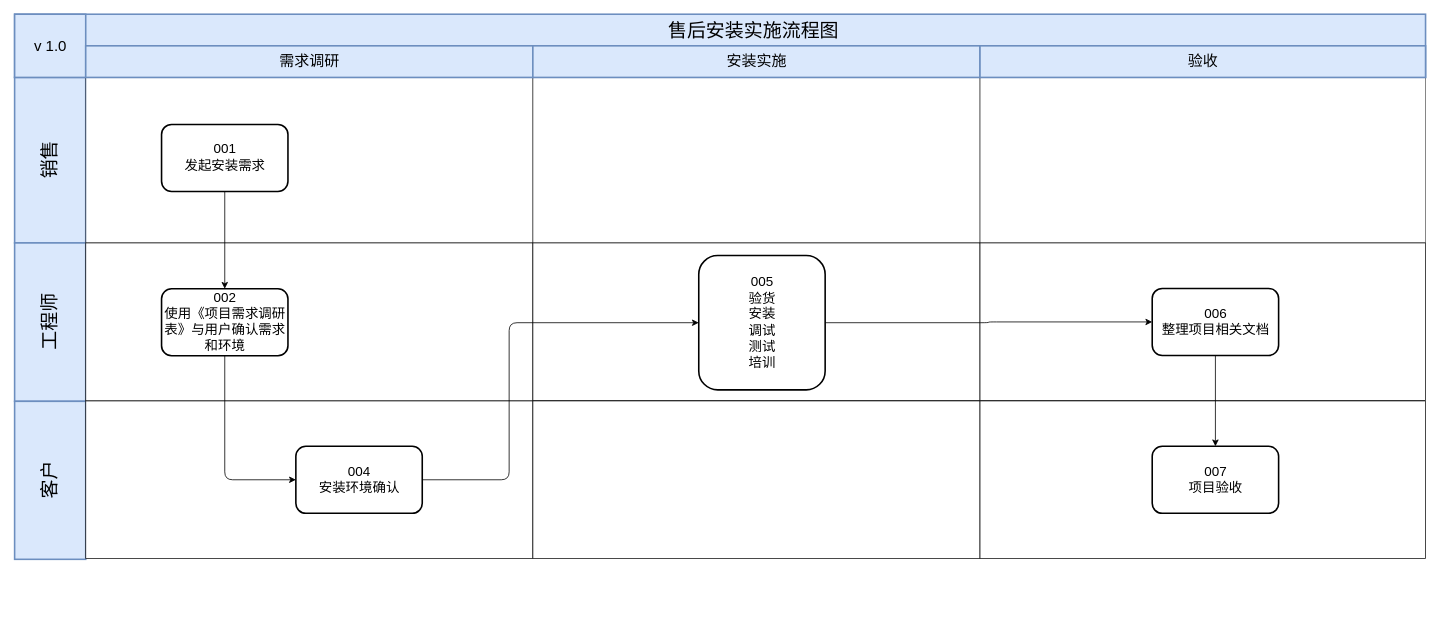
Before: page "case升级流程" (3 of 7) of Untitled Diagram.drawio in ahhfltj/cloud, a draw.io diagram. Source tidied: cells renumbered, new cells numbered last; positions are measured from the earlier drawing's top-left corner, leaving out a move shared by most shapes. Both pictures are drawn from the tidied source at 79%, with x=0, y=0 at pixel (14, 13).
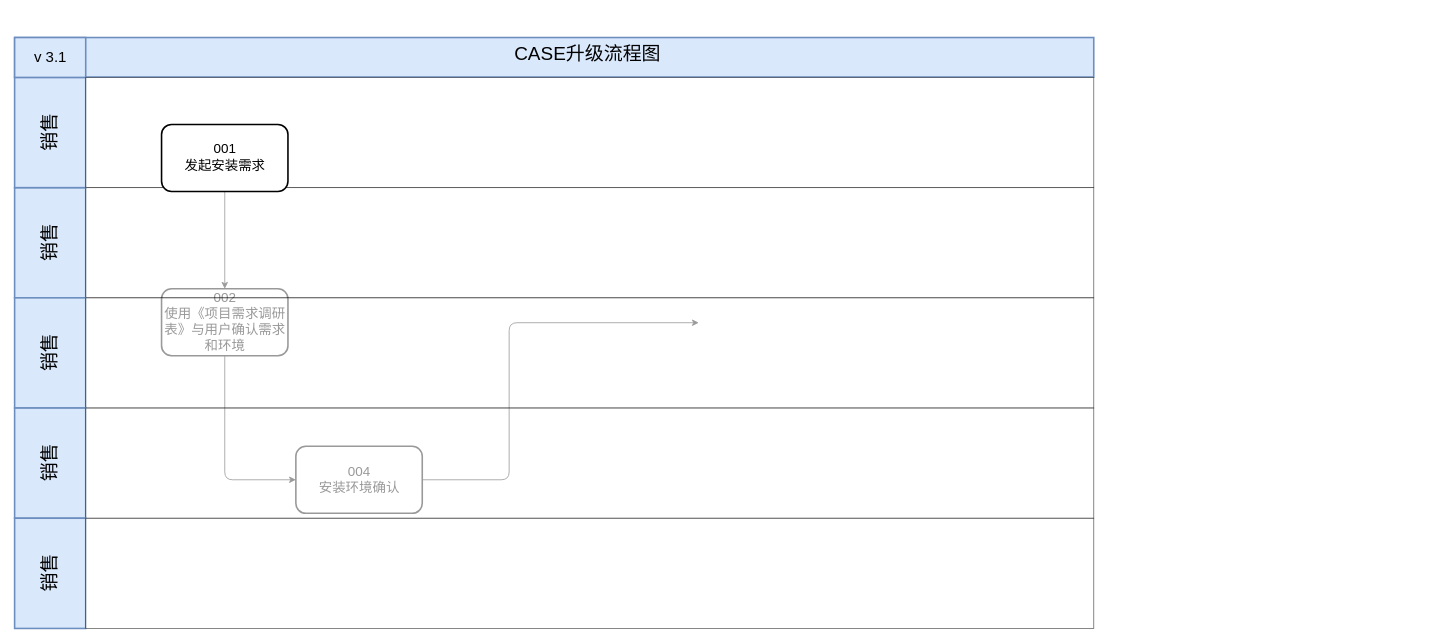
The same diagram, later.

Unchanged cells that the change refers to:
```xml
<mxCell id="17" value="001&lt;br style=&quot;font-size: 17px;&quot;&gt;发起安装需求" style="rounded=1;strokeWidth=2;fontFamily=Helvetica;html=1;fontSize=17;" parent="1" vertex="1">
  <mxGeometry x="186" y="140" width="160" height="84.8" as="geometry" />
</mxCell>
```

What changed in the source:
```diff
@@
+    <mxCell id="16" style="edgeStyle=orthogonalEdgeStyle;curved=0;rounded=1;sketch=0;jettySize=auto;html=1;fontSize=17;strokeWidth=1;" parent="1" edge="1" source="17" target="22">
+      <mxGeometry relative="1" as="geometry" />
+    </mxCell>
+    <mxCell id="22" value="002&lt;br style=&quot;font-size: 17px&quot;&gt;使用《项目需求调研&lt;br&gt;表》与用户确认需求&lt;br&gt;和环境" style="rounded=1;strokeWidth=2;fontFamily=Helvetica;html=1;fontSize=17;" parent="1" vertex="1">
+      <mxGeometry x="186" y="348" width="160" height="84.8" as="geometry" />
+    </mxCell>
+    <mxCell id="23" value="004&lt;br style=&quot;font-size: 17px&quot;&gt;安装环境确认" style="rounded=1;strokeWidth=2;fontFamily=Helvetica;html=1;fontSize=17;" parent="1" vertex="1">
+      <mxGeometry x="356" y="547.4" width="160" height="84.8" as="geometry" />
+    </mxCell>
+    <mxCell id="24" style="edgeStyle=elbowEdgeStyle;elbow=horizontal;strokeWidth=1;fontFamily=Helvetica;html=1;exitX=0.5;exitY=1;exitDx=0;exitDy=0;entryX=0;entryY=0.5;entryDx=0;entryDy=0;" parent="1" edge="1" source="22" target="23">
+      <mxGeometry x="-592.5" y="1240.5" as="geometry">
+        <Array as="points">
+          <mxPoint x="266" y="550" />
+        </Array>
+      </mxGeometry>
+    </mxCell>
+    <mxCell id="27" style="edgeStyle=elbowEdgeStyle;elbow=horizontal;strokeWidth=1;fontFamily=Helvetica;html=1;exitX=1;exitY=0.5;exitDx=0;exitDy=0;entryX=0;entryY=0.5;entryDx=0;entryDy=0;" parent="1" edge="1" source="23">
+      <mxGeometry x="-102.5" y="1060.5" as="geometry">
+        <mxPoint x="866" y="391" as="targetPoint" />
+        <Array as="points">
+          <mxPoint x="626" y="500" />
+        </Array>
+      </mxGeometry>
+    </mxCell>
+    <mxCell id="31" value="销售" style="fontSize=24;strokeWidth=2;horizontal=0;fontFamily=Helvetica;html=1;fontStyle=0;fillColor=#dae8fc;strokeColor=#6c8ebf;" parent="1" vertex="1">
+      <mxGeometry y="220" width="90" height="139.5" as="geometry" />
+    </mxCell>
+    <mxCell id="32" style="fontSize=18;strokeWidth=1;fontFamily=Helvetica;html=1;opacity=60;" parent="1" vertex="1">
+      <mxGeometry x="90" y="220" width="1276" height="139.5" as="geometry" />
+    </mxCell>
+    <mxCell id="33" value="销售" style="fontSize=24;strokeWidth=2;horizontal=0;fontFamily=Helvetica;html=1;fontStyle=0;fillColor=#dae8fc;strokeColor=#6c8ebf;" parent="1" vertex="1">
+      <mxGeometry y="359.5" width="90" height="139.5" as="geometry" />
+    </mxCell>
+    <mxCell id="34" style="fontSize=18;strokeWidth=1;fontFamily=Helvetica;html=1;opacity=60;" parent="1" vertex="1">
+      <mxGeometry x="90" y="359.5" width="1276" height="139.5" as="geometry" />
+    </mxCell>
+    <mxCell id="35" value="销售" style="fontSize=24;strokeWidth=2;horizontal=0;fontFamily=Helvetica;html=1;fontStyle=0;fillColor=#dae8fc;strokeColor=#6c8ebf;" parent="1" vertex="1">
+      <mxGeometry y="499" width="90" height="139.5" as="geometry" />
+    </mxCell>
+    <mxCell id="36" style="fontSize=18;strokeWidth=1;fontFamily=Helvetica;html=1;opacity=60;" parent="1" vertex="1">
+      <mxGeometry x="90" y="499" width="1276" height="139.5" as="geometry" />
+    </mxCell>
+    <mxCell id="37" value="销售" style="fontSize=24;strokeWidth=2;horizontal=0;fontFamily=Helvetica;html=1;fontStyle=0;fillColor=#dae8fc;strokeColor=#6c8ebf;" parent="1" vertex="1">
+      <mxGeometry y="638.5" width="90" height="139.5" as="geometry" />
+    </mxCell>
+    <mxCell id="38" style="fontSize=18;strokeWidth=1;fontFamily=Helvetica;html=1;opacity=60;" parent="1" vertex="1">
+      <mxGeometry x="90" y="638.5" width="1276" height="139.5" as="geometry" />
+    </mxCell>
-    <mxCell id="2" value="售后安装实施流程图" style="fontSize=24;strokeWidth=2;fontFamily=Helvetica;html=1;fontStyle=0;spacingBottom=8;spacingRight=0;spacingLeft=83;verticalAlign=top;fillColor=#dae8fc;strokeColor=#6c8ebf;" parent="1" vertex="1">
-      <mxGeometry y="0.5" width="1786" height="80" as="geometry" />
+    <mxCell id="2" value="CASE升级流程图" style="fontSize=24;strokeWidth=2;fontFamily=Helvetica;html=1;fontStyle=0;spacingBottom=8;spacingRight=0;spacingLeft=83;verticalAlign=top;fillColor=#dae8fc;strokeColor=#6c8ebf;" parent="1" vertex="1">
+      <mxGeometry y="30" width="1366" height="50" as="geometry" />
     </mxCell>
     <mxCell id="3" value="销售" style="fontSize=24;strokeWidth=2;horizontal=0;fontFamily=Helvetica;html=1;fontStyle=0;fillColor=#dae8fc;strokeColor=#6c8ebf;" parent="1" vertex="1">
-      <mxGeometry y="80.5" width="90" height="209.5" as="geometry" />
+      <mxGeometry y="80.5" width="90" height="139.5" as="geometry" />
     </mxCell>
-    <mxCell id="4" value="v 1.0" style="fontSize=19;strokeWidth=2;fontFamily=Helvetica;html=1;labelBackgroundColor=none;fillColor=#dae8fc;strokeColor=#6c8ebf;" parent="1" vertex="1">
-      <mxGeometry y="0.5" width="90" height="80" as="geometry" />
+    <mxCell id="4" value="v 3.1" style="fontSize=19;strokeWidth=2;fontFamily=Helvetica;html=1;labelBackgroundColor=none;fillColor=#dae8fc;strokeColor=#6c8ebf;" parent="1" vertex="1">
+      <mxGeometry y="30" width="90" height="50.5" as="geometry" />
     </mxCell>
-    <mxCell id="5" value="工程师" style="fontSize=24;strokeWidth=2;horizontal=0;fontFamily=Helvetica;html=1;fontStyle=0;fillColor=#dae8fc;strokeColor=#6c8ebf;" parent="1" vertex="1">
-      <mxGeometry y="290" width="90" height="200.5" as="geometry" />
-    </mxCell>
-    <mxCell id="6" value="客户" style="fontSize=24;strokeWidth=2;horizontal=0;fontFamily=Helvetica;html=1;fontStyle=0;fillColor=#dae8fc;strokeColor=#6c8ebf;" parent="1" vertex="1">
-      <mxGeometry y="490.5" width="90" height="200" as="geometry" />
-    </mxCell>
     <mxCell id="7" style="fontSize=18;strokeWidth=1;fontFamily=Helvetica;html=1;opacity=60;" parent="1" vertex="1">
-      <mxGeometry x="90" y="80.5" width="566" height="209.5" as="geometry" />
+      <mxGeometry x="90" y="80.5" width="1276" height="139.5" as="geometry" />
     </mxCell>
-    <mxCell id="8" style="fontSize=18;strokeWidth=1;fontFamily=Helvetica;html=1;opacity=90;" parent="1" vertex="1">
-      <mxGeometry x="90" y="290" width="566" height="200" as="geometry" />
-    </mxCell>
-    <mxCell id="9" style="fontSize=18;strokeWidth=1;fontFamily=Helvetica;html=1;opacity=90;" parent="1" vertex="1">
-      <mxGeometry x="90" y="490" width="566" height="199.5" as="geometry" />
-    </mxCell>
-    <mxCell id="10" style="fontSize=18;strokeWidth=1;fontFamily=Helvetica;html=1;opacity=60;" parent="1" vertex="1">
-      <mxGeometry x="656" y="80.5" width="566" height="209.5" as="geometry" />
-    </mxCell>
-    <mxCell id="11" style="fontSize=18;strokeWidth=1;fontFamily=Helvetica;html=1;opacity=90;" parent="1" vertex="1">
-      <mxGeometry x="656" y="290" width="566" height="199.5" as="geometry" />
-    </mxCell>
-    <mxCell id="12" style="fontSize=18;strokeWidth=1;fontFamily=Helvetica;html=1;opacity=90;" parent="1" vertex="1">
-      <mxGeometry x="656" y="490" width="566" height="199.5" as="geometry" />
-    </mxCell>
-    <mxCell id="13" style="fontSize=18;strokeWidth=1;fontFamily=Helvetica;html=1;opacity=60;" parent="1" vertex="1">
-      <mxGeometry x="1222" y="80.5" width="564" height="209.5" as="geometry" />
-    </mxCell>
-    <mxCell id="14" style="fontSize=18;strokeWidth=1;fontFamily=Helvetica;html=1;opacity=90;" parent="1" vertex="1">
-      <mxGeometry x="1222" y="290" width="564" height="199.5" as="geometry" />
-    </mxCell>
-    <mxCell id="15" style="fontSize=18;strokeWidth=1;fontFamily=Helvetica;html=1;opacity=90;" parent="1" vertex="1">
-      <mxGeometry x="1222" y="490" width="564" height="199.5" as="geometry" />
-    </mxCell>
-    <mxCell id="16" style="edgeStyle=orthogonalEdgeStyle;curved=0;rounded=1;sketch=0;jettySize=auto;html=1;fontSize=17;strokeWidth=1;" parent="1" edge="1" source="17" target="22">
-      <mxGeometry relative="1" as="geometry" />
-    </mxCell>
@@
-    <mxCell id="18" style="group;fillColor=#dae8fc;strokeColor=#6c8ebf;" parent="1" vertex="1">
-      <mxGeometry x="90" y="40.5" width="1696" height="40" as="geometry" />
-    </mxCell>
-    <mxCell id="19" value="需求调研" style="fontSize=19;strokeWidth=2;fontFamily=Helvetica;html=1;labelBackgroundColor=none;fillColor=#dae8fc;strokeColor=#6c8ebf;" parent="18" vertex="1">
-      <mxGeometry width="566" height="40" as="geometry" />
-    </mxCell>
-    <mxCell id="20" value="安装实施" style="fontSize=19;strokeWidth=2;fontFamily=Helvetica;html=1;labelBackgroundColor=none;fillColor=#dae8fc;strokeColor=#6c8ebf;" parent="18" vertex="1">
-      <mxGeometry x="566" width="566" height="40" as="geometry" />
-    </mxCell>
-    <mxCell id="21" value="验收" style="fontSize=19;strokeWidth=2;fontFamily=Helvetica;html=1;labelBackgroundColor=none;fillColor=#dae8fc;strokeColor=#6c8ebf;" parent="18" vertex="1">
-      <mxGeometry x="1132" width="564" height="40" as="geometry" />
-    </mxCell>
-    <mxCell id="22" value="002&lt;br style=&quot;font-size: 17px&quot;&gt;使用《项目需求调研&lt;br&gt;表》与用户确认需求&lt;br&gt;和环境" style="rounded=1;strokeWidth=2;fontFamily=Helvetica;html=1;fontSize=17;" parent="1" vertex="1">
-      <mxGeometry x="186" y="348" width="160" height="84.8" as="geometry" />
-    </mxCell>
-    <mxCell id="23" value="004&lt;br style=&quot;font-size: 17px&quot;&gt;安装环境确认" style="rounded=1;strokeWidth=2;fontFamily=Helvetica;html=1;fontSize=17;" parent="1" vertex="1">
-      <mxGeometry x="356" y="547.4" width="160" height="84.8" as="geometry" />
-    </mxCell>
-    <mxCell id="24" style="edgeStyle=elbowEdgeStyle;elbow=horizontal;strokeWidth=1;fontFamily=Helvetica;html=1;exitX=0.5;exitY=1;exitDx=0;exitDy=0;entryX=0;entryY=0.5;entryDx=0;entryDy=0;" parent="1" edge="1" source="22" target="23">
-      <mxGeometry x="-592.5" y="1240.5" as="geometry">
-        <Array as="points">
-          <mxPoint x="266" y="550" />
-        </Array>
-      </mxGeometry>
-    </mxCell>
-    <mxCell id="25" style="edgeStyle=orthogonalEdgeStyle;curved=0;rounded=1;sketch=0;jettySize=auto;html=1;entryX=0;entryY=0.5;entryDx=0;entryDy=0;fontSize=17;strokeWidth=1;" parent="1" edge="1" source="26" target="30">
-      <mxGeometry relative="1" as="geometry" />
-    </mxCell>
-    <mxCell id="26" value="005&lt;br style=&quot;font-size: 17px&quot;&gt;验货&lt;br&gt;安装&lt;br&gt;调试&lt;br&gt;测试&lt;br&gt;培训" style="rounded=1;strokeWidth=2;fontFamily=Helvetica;html=1;fontSize=17;" parent="1" vertex="1">
-      <mxGeometry x="866" y="306" width="160" height="170" as="geometry" />
-    </mxCell>
-    <mxCell id="27" style="edgeStyle=elbowEdgeStyle;elbow=horizontal;strokeWidth=1;fontFamily=Helvetica;html=1;exitX=1;exitY=0.5;exitDx=0;exitDy=0;entryX=0;entryY=0.5;entryDx=0;entryDy=0;" parent="1" edge="1" source="23" target="26">
-      <mxGeometry x="-102.5" y="1060.5" as="geometry">
-        <Array as="points">
-          <mxPoint x="626" y="500" />
-        </Array>
-      </mxGeometry>
-    </mxCell>
-    <mxCell id="28" value="007&lt;br style=&quot;font-size: 17px&quot;&gt;项目验收" style="rounded=1;strokeWidth=2;fontFamily=Helvetica;html=1;fontSize=17;" parent="1" vertex="1">
-      <mxGeometry x="1440" y="547.4" width="160" height="84.8" as="geometry" />
-    </mxCell>
-    <mxCell id="29" style="edgeStyle=orthogonalEdgeStyle;curved=0;rounded=1;sketch=0;jettySize=auto;html=1;fontSize=17;strokeWidth=1;" parent="1" edge="1" source="30" target="28">
-      <mxGeometry relative="1" as="geometry" />
-    </mxCell>
-    <mxCell id="30" value="006&lt;br style=&quot;font-size: 17px&quot;&gt;整理项目相关文档" style="rounded=1;strokeWidth=2;fontFamily=Helvetica;html=1;fontSize=17;" parent="1" vertex="1">
-      <mxGeometry x="1440" y="347.6" width="160" height="84.8" as="geometry" />
-    </mxCell>
```
